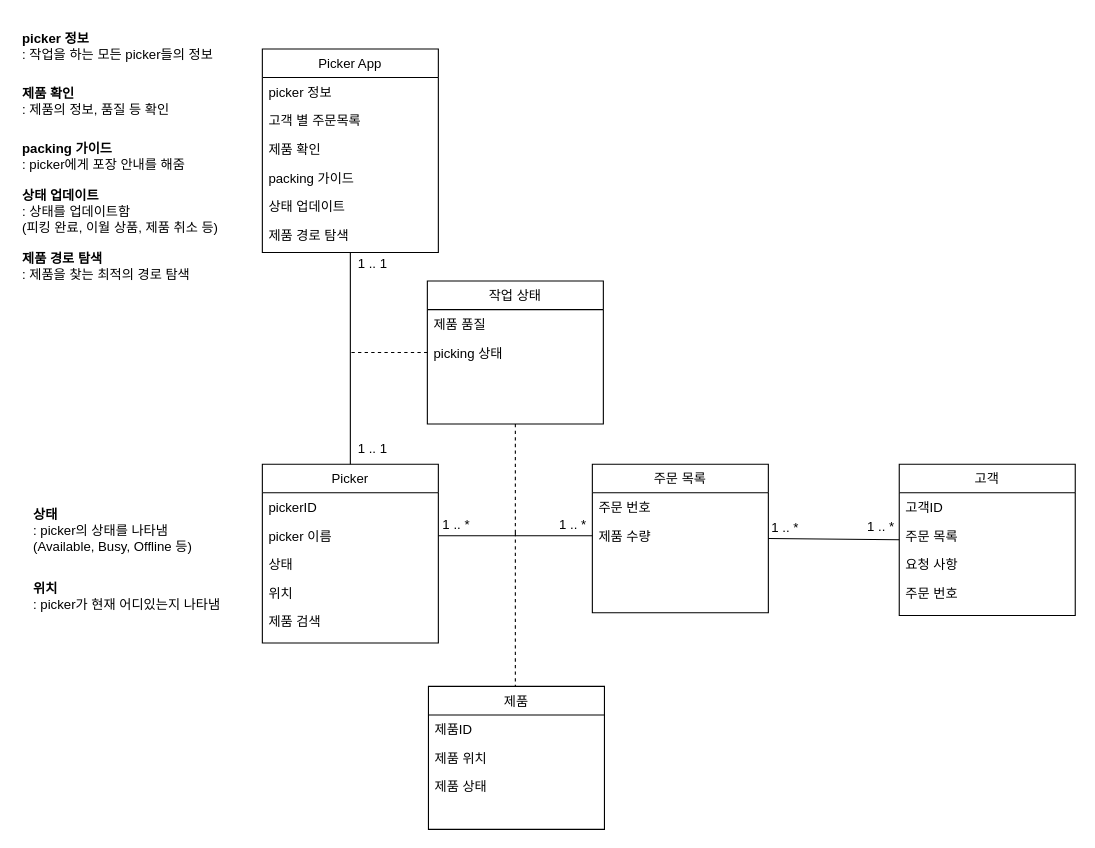
Before: 시분설_6조_class_diagram.drawio in dbsrudrla/diagram, a draw.io diagram. Source tidied: cells renumbered, new cells numbered last; positions are measured from the earlier drawing's top-left corner, leaving out a move shared by most shapes. Both pictures are drawn from the tidied source at 110%, with x=0, y=0 at pixel (20, 19).
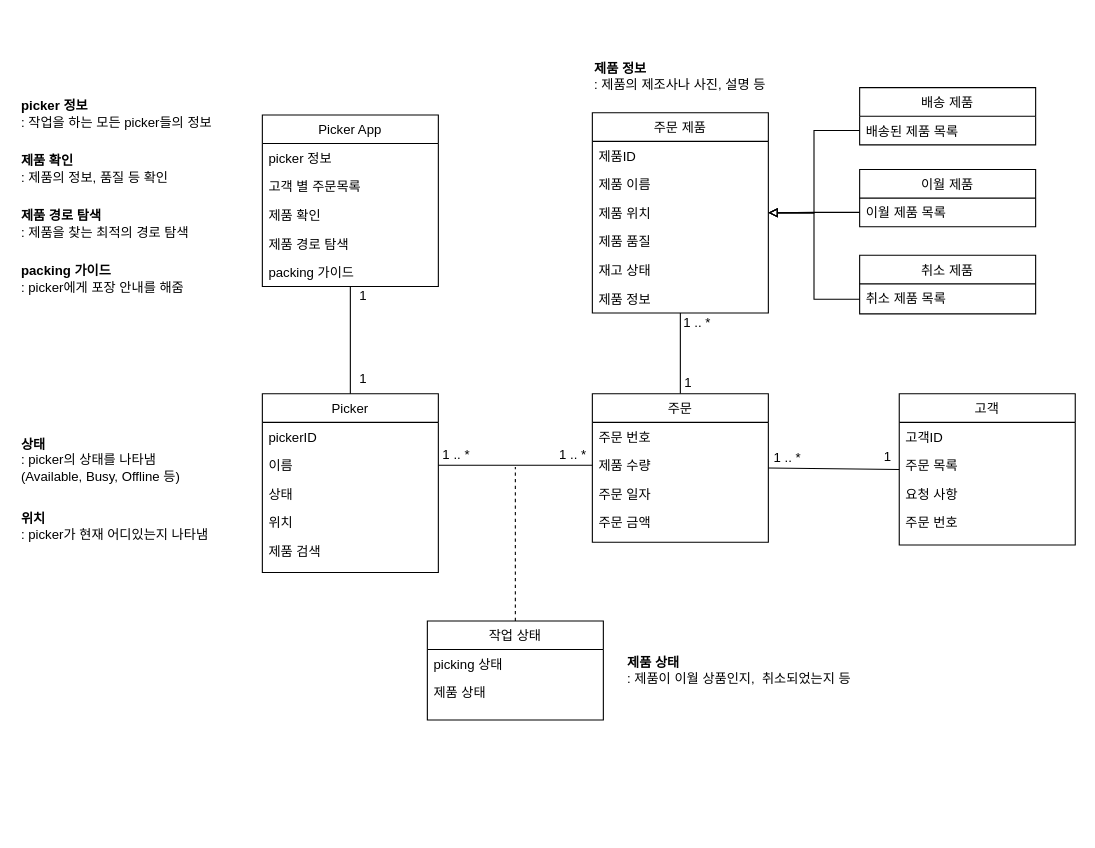
The same diagram, later.

Commit message:
시분설_6조_class_diagram.drawio 업데이트

Change to the diagram source:
```diff
@@
     <mxCell id="2" value="Picker" style="swimlane;fontStyle=0;align=center;verticalAlign=top;horizontal=1;startSize=26;rounded=0;shadow=0;strokeWidth=1;" parent="1" vertex="1">
-      <mxGeometry x="220" y="404.5" width="160" height="162.5" as="geometry" />
+      <mxGeometry x="220" y="340.5" width="160" height="162.5" as="geometry" />
     </mxCell>
@@
-    <mxCell id="4" value="picker 이름" style="text;align=left;verticalAlign=top;spacingLeft=4;spacingRight=4;overflow=hidden;points=[[0,0.5],[1,0.5]];portConstraint=eastwest;" parent="2" vertex="1">
+    <mxCell id="4" value="이름" style="text;align=left;verticalAlign=top;spacingLeft=4;spacingRight=4;overflow=hidden;points=[[0,0.5],[1,0.5]];portConstraint=eastwest;" parent="2" vertex="1">
       <mxGeometry y="52" width="160" height="26" as="geometry" />
     </mxCell>
@@
     <mxCell id="8" value="&lt;b&gt;상태&lt;/b&gt;&amp;nbsp;&lt;br&gt;: picker의 상태를 나타냄&lt;br&gt;(Available, Busy, Offline 등)" style="text;html=1;strokeColor=none;fillColor=none;align=left;verticalAlign=middle;whiteSpace=wrap;rounded=0;" parent="1" vertex="1">
-      <mxGeometry x="10" y="439.5" width="190" height="50" as="geometry" />
+      <mxGeometry x="-1" y="375.5" width="190" height="50" as="geometry" />
     </mxCell>
@@
     <mxCell id="10" value="Picker App" style="swimlane;fontStyle=0;align=center;verticalAlign=top;horizontal=1;startSize=26;rounded=0;shadow=0;strokeWidth=1;" parent="1" vertex="1">
-      <mxGeometry x="220" y="27" width="160" height="185" as="geometry" />
+      <mxGeometry x="220" y="87" width="160" height="156" as="geometry" />
     </mxCell>
@@
+    <mxCell id="16" value="제품 경로 탐색" style="text;align=left;verticalAlign=top;spacingLeft=4;spacingRight=4;overflow=hidden;rounded=0;shadow=0;html=0;" parent="10" vertex="1">
+      <mxGeometry y="104" width="160" height="26" as="geometry" />
+    </mxCell>
     <mxCell id="14" value="packing 가이드" style="text;align=left;verticalAlign=top;spacingLeft=4;spacingRight=4;overflow=hidden;rounded=0;shadow=0;html=0;" parent="10" vertex="1">
-      <mxGeometry y="104" width="160" height="26" as="geometry" />
+      <mxGeometry y="130" width="160" height="26" as="geometry" />
     </mxCell>
-    <mxCell id="15" value="상태 업데이트" style="text;align=left;verticalAlign=top;spacingLeft=4;spacingRight=4;overflow=hidden;rounded=0;shadow=0;html=0;" parent="10" vertex="1">
-      <mxGeometry y="130" width="160" height="26" as="geometry" />
-    </mxCell>
-    <mxCell id="16" value="제품 경로 탐색" style="text;align=left;verticalAlign=top;spacingLeft=4;spacingRight=4;overflow=hidden;rounded=0;shadow=0;html=0;" parent="10" vertex="1">
-      <mxGeometry y="156" width="160" height="26" as="geometry" />
-    </mxCell>
     <mxCell id="17" value="&lt;b&gt;picker 정보&lt;/b&gt;&amp;nbsp;&lt;br&gt;: 작업을 하는 모든 picker들의 정보" style="text;html=1;strokeColor=none;fillColor=none;align=left;verticalAlign=middle;whiteSpace=wrap;rounded=0;" parent="1" vertex="1">
-      <mxGeometry width="201" height="50" as="geometry" />
+      <mxGeometry x="-1" y="61.4" width="201" height="50" as="geometry" />
     </mxCell>
     <mxCell id="18" value="&lt;b&gt;위치&lt;/b&gt;&amp;nbsp;&lt;br&gt;: picker가 현재 어디있는지 나타냄" style="text;html=1;strokeColor=none;fillColor=none;align=left;verticalAlign=middle;whiteSpace=wrap;rounded=0;" parent="1" vertex="1">
-      <mxGeometry x="10" y="499.5" width="190" height="50" as="geometry" />
+      <mxGeometry x="-1" y="435.5" width="190" height="50" as="geometry" />
     </mxCell>
     <mxCell id="19" value="&lt;b&gt;제품 확인&lt;/b&gt;&amp;nbsp;&lt;br&gt;: 제품의 정보, 품질 등 확인" style="text;html=1;strokeColor=none;fillColor=none;align=left;verticalAlign=middle;whiteSpace=wrap;rounded=0;" parent="1" vertex="1">
-      <mxGeometry y="50" width="201" height="50" as="geometry" />
+      <mxGeometry x="-1" y="111.4" width="201" height="50" as="geometry" />
     </mxCell>
     <mxCell id="20" value="&lt;b&gt;packing 가이드&lt;/b&gt;&amp;nbsp;&lt;br&gt;: picker에게 포장 안내를 해줌" style="text;html=1;strokeColor=none;fillColor=none;align=left;verticalAlign=middle;whiteSpace=wrap;rounded=0;" parent="1" vertex="1">
-      <mxGeometry y="100" width="201" height="50" as="geometry" />
+      <mxGeometry x="-1" y="211" width="201" height="50" as="geometry" />
     </mxCell>
-    <mxCell id="21" style="edgeStyle=orthogonalEdgeStyle;rounded=0;orthogonalLoop=1;jettySize=auto;html=1;entryX=0.5;entryY=0;entryDx=0;entryDy=0;endArrow=none;endFill=0;dashed=1;" parent="1" edge="1">
-      <mxGeometry relative="1" as="geometry">
-        <mxPoint x="450" y="467" as="sourcePoint" />
-        <mxPoint x="450" y="606.5" as="targetPoint" />
-      </mxGeometry>
-    </mxCell>
+    <mxCell id="49" style="edgeStyle=orthogonalEdgeStyle;rounded=0;jettySize=auto;html=1;exitX=0.5;exitY=0;exitDx=0;exitDy=0;entryX=0.5;entryY=1;entryDx=0;entryDy=0;endArrow=none;endFill=0;" parent="1" edge="1" source="22" target="42">
+      <mxGeometry relative="1" as="geometry" />
+    </mxCell>
-    <mxCell id="22" value="주문 목록" style="swimlane;fontStyle=0;align=center;verticalAlign=top;horizontal=1;startSize=26;rounded=0;shadow=0;strokeWidth=1;" parent="1" vertex="1">
-      <mxGeometry x="520" y="404.5" width="160" height="135" as="geometry" />
+    <mxCell id="22" value="주문" style="swimlane;fontStyle=0;align=center;verticalAlign=top;horizontal=1;startSize=26;rounded=0;shadow=0;strokeWidth=1;" parent="1" vertex="1">
+      <mxGeometry x="520" y="340.5" width="160" height="135" as="geometry" />
     </mxCell>
@@
-    <mxCell id="25" style="edgeStyle=orthogonalEdgeStyle;rounded=0;jettySize=auto;html=1;exitX=0;exitY=0.5;exitDx=0;exitDy=0;dashed=1;endArrow=none;endFill=0;" parent="1" edge="1" source="27">
-      <mxGeometry relative="1" as="geometry">
-        <mxPoint x="300" y="303" as="targetPoint" />
-      </mxGeometry>
-    </mxCell>
-    <mxCell id="26" style="edgeStyle=orthogonalEdgeStyle;rounded=0;jettySize=auto;html=1;exitX=0.5;exitY=1;exitDx=0;exitDy=0;dashed=1;endArrow=none;endFill=0;" parent="1" edge="1" source="27">
-      <mxGeometry relative="1" as="geometry">
-        <mxPoint x="450" y="467" as="targetPoint" />
-      </mxGeometry>
-    </mxCell>
-    <mxCell id="27" value="작업 상태" style="swimlane;fontStyle=0;align=center;verticalAlign=top;horizontal=1;startSize=26;rounded=0;shadow=0;strokeWidth=1;" parent="1" vertex="1">
-      <mxGeometry x="370" y="238" width="160" height="130" as="geometry" />
-    </mxCell>
-    <mxCell id="28" value="제품 품질" style="text;align=left;verticalAlign=top;spacingLeft=4;spacingRight=4;overflow=hidden;rounded=0;shadow=0;html=0;" parent="27" vertex="1">
-      <mxGeometry y="26" width="160" height="26" as="geometry" />
-    </mxCell>
-    <mxCell id="29" value="picking 상태" style="text;align=left;verticalAlign=top;spacingLeft=4;spacingRight=4;overflow=hidden;rounded=0;shadow=0;html=0;" parent="27" vertex="1">
-      <mxGeometry y="52" width="160" height="26" as="geometry" />
-    </mxCell>
+    <mxCell id="50" value="주문 일자" style="text;align=left;verticalAlign=top;spacingLeft=4;spacingRight=4;overflow=hidden;" parent="22" vertex="1">
+      <mxGeometry y="78" width="160" height="26" as="geometry" />
+    </mxCell>
+    <mxCell id="51" value="주문 금액" style="text;align=left;verticalAlign=top;spacingLeft=4;spacingRight=4;overflow=hidden;" parent="22" vertex="1">
+      <mxGeometry y="104" width="160" height="26" as="geometry" />
+    </mxCell>
     <mxCell id="30" value="고객" style="swimlane;fontStyle=0;align=center;verticalAlign=top;horizontal=1;startSize=26;rounded=0;shadow=0;strokeWidth=1;" parent="1" vertex="1">
-      <mxGeometry x="799" y="404.5" width="160" height="137.5" as="geometry" />
+      <mxGeometry x="799" y="340.5" width="160" height="137.5" as="geometry" />
     </mxCell>
@@
-    <mxCell id="35" value="&lt;b&gt;상태 업데이트&lt;/b&gt;&lt;br&gt;: 상태를 업데이트함 &lt;br&gt;(피킹 완료, 이월 상품, 제품 취소 등)" style="text;html=1;strokeColor=none;fillColor=none;align=left;verticalAlign=middle;whiteSpace=wrap;rounded=0;" parent="1" vertex="1">
-      <mxGeometry y="150" width="201" height="50" as="geometry" />
+    <mxCell id="35" value="&lt;b&gt;제품 상태&lt;br&gt;&lt;/b&gt;: 제품이 이월 상품인지,&amp;nbsp; 취소되었는지 등" style="text;html=1;strokeColor=none;fillColor=none;align=left;verticalAlign=middle;whiteSpace=wrap;rounded=0;" parent="1" vertex="1">
+      <mxGeometry x="550" y="567" width="240" height="50" as="geometry" />
     </mxCell>
@@
     <mxCell id="37" value="1 .. *" style="text;html=1;align=center;verticalAlign=middle;strokeColor=none;fillColor=none;" parent="1" vertex="1">
-      <mxGeometry x="670" y="447.5" width="50" height="30" as="geometry" />
+      <mxGeometry x="672" y="383.5" width="50" height="30" as="geometry" />
     </mxCell>
-    <mxCell id="38" value="1 .. *" style="text;html=1;align=center;verticalAlign=middle;strokeColor=none;fillColor=none;" parent="1" vertex="1">
-      <mxGeometry x="757" y="446.5" width="50" height="30" as="geometry" />
+    <mxCell id="38" value="1&amp;nbsp;" style="text;html=1;align=center;verticalAlign=middle;strokeColor=none;fillColor=none;" parent="1" vertex="1">
+      <mxGeometry x="775" y="382.5" width="30" height="30" as="geometry" />
     </mxCell>
     <mxCell id="39" style="edgeStyle=orthogonalEdgeStyle;rounded=0;jettySize=auto;html=1;exitX=1;exitY=0.5;exitDx=0;exitDy=0;entryX=0;entryY=0.5;entryDx=0;entryDy=0;endArrow=none;endFill=0;" parent="1" edge="1" source="4">
       <mxGeometry relative="1" as="geometry">
-        <mxPoint x="520" y="469.5" as="targetPoint" />
+        <mxPoint x="520" y="405.5" as="targetPoint" />
       </mxGeometry>
     </mxCell>
     <mxCell id="40" value="1 .. *" style="text;html=1;align=center;verticalAlign=middle;strokeColor=none;fillColor=none;" parent="1" vertex="1">
-      <mxGeometry x="371" y="445" width="50" height="30" as="geometry" />
+      <mxGeometry x="371" y="381" width="50" height="30" as="geometry" />
     </mxCell>
     <mxCell id="41" value="1 .. *" style="text;html=1;align=center;verticalAlign=middle;strokeColor=none;fillColor=none;" parent="1" vertex="1">
-      <mxGeometry x="477" y="445" width="50" height="30" as="geometry" />
+      <mxGeometry x="477" y="381" width="50" height="30" as="geometry" />
     </mxCell>
-    <mxCell id="42" value="제품" style="swimlane;fontStyle=0;align=center;verticalAlign=top;horizontal=1;startSize=26;rounded=0;shadow=0;strokeWidth=1;" parent="1" vertex="1">
-      <mxGeometry x="371" y="606.5" width="160" height="130" as="geometry" />
+    <mxCell id="42" value="주문 제품" style="swimlane;fontStyle=0;align=center;verticalAlign=top;horizontal=1;startSize=26;rounded=0;shadow=0;strokeWidth=1;" parent="1" vertex="1">
+      <mxGeometry x="520" y="85" width="160" height="182" as="geometry" />
     </mxCell>
@@
+    <mxCell id="52" value="제품 이름" style="text;align=left;verticalAlign=top;spacingLeft=4;spacingRight=4;overflow=hidden;rounded=0;shadow=0;html=0;" parent="42" vertex="1">
+      <mxGeometry y="52" width="160" height="26" as="geometry" />
+    </mxCell>
     <mxCell id="44" value="제품 위치" style="text;align=left;verticalAlign=top;spacingLeft=4;spacingRight=4;overflow=hidden;points=[[0,0.5],[1,0.5]];portConstraint=eastwest;rounded=0;shadow=0;html=0;" parent="42" vertex="1">
-      <mxGeometry y="52" width="160" height="26" as="geometry" />
+      <mxGeometry y="78" width="160" height="26" as="geometry" />
     </mxCell>
-    <mxCell id="45" value="제품 상태" style="text;align=left;verticalAlign=top;spacingLeft=4;spacingRight=4;overflow=hidden;rounded=0;shadow=0;html=0;" parent="42" vertex="1">
-      <mxGeometry y="78" width="160" height="26" as="geometry" />
+    <mxCell id="45" value="제품 품질" style="text;align=left;verticalAlign=top;spacingLeft=4;spacingRight=4;overflow=hidden;rounded=0;shadow=0;html=0;" parent="42" vertex="1">
+      <mxGeometry y="104" width="160" height="26" as="geometry" />
     </mxCell>
+    <mxCell id="53" value="재고 상태" style="text;align=left;verticalAlign=top;spacingLeft=4;spacingRight=4;overflow=hidden;rounded=0;shadow=0;html=0;" parent="42" vertex="1">
+      <mxGeometry y="130" width="160" height="26" as="geometry" />
+    </mxCell>
+    <mxCell id="54" value="제품 정보" style="text;align=left;verticalAlign=top;spacingLeft=4;spacingRight=4;overflow=hidden;rounded=0;shadow=0;html=0;" parent="42" vertex="1">
+      <mxGeometry y="156" width="160" height="26" as="geometry" />
+    </mxCell>
-    <mxCell id="46" value="1 .. 1" style="text;html=1;align=center;verticalAlign=middle;strokeColor=none;fillColor=none;" parent="1" vertex="1">
-      <mxGeometry x="295" y="208" width="50" height="30" as="geometry" />
+    <mxCell id="46" value="1&amp;nbsp;" style="text;html=1;align=center;verticalAlign=middle;strokeColor=none;fillColor=none;" parent="1" vertex="1">
+      <mxGeometry x="298" y="237" width="30" height="30" as="geometry" />
     </mxCell>
-    <mxCell id="47" value="1 .. 1" style="text;html=1;align=center;verticalAlign=middle;strokeColor=none;fillColor=none;" parent="1" vertex="1">
-      <mxGeometry x="295" y="376" width="50" height="30" as="geometry" />
+    <mxCell id="47" value="1&amp;nbsp;" style="text;html=1;align=center;verticalAlign=middle;strokeColor=none;fillColor=none;" parent="1" vertex="1">
+      <mxGeometry x="298" y="312" width="30" height="30" as="geometry" />
     </mxCell>
     <mxCell id="48" value="&lt;b&gt;제품 경로 탐색&lt;/b&gt;&lt;br&gt;: 제품을 찾는 최적의 경로 탐색" style="text;html=1;strokeColor=none;fillColor=none;align=left;verticalAlign=middle;whiteSpace=wrap;rounded=0;" parent="1" vertex="1">
-      <mxGeometry y="200" width="201" height="50" as="geometry" />
+      <mxGeometry x="-1" y="161" width="201" height="50" as="geometry" />
     </mxCell>
+    <mxCell id="55" style="edgeStyle=orthogonalEdgeStyle;rounded=0;jettySize=auto;html=1;exitX=0;exitY=0.5;exitDx=0;exitDy=0;entryX=1;entryY=0.5;entryDx=0;entryDy=0;endArrow=block;endFill=0;" parent="1" edge="1" source="57" target="44">
+      <mxGeometry relative="1" as="geometry" />
+    </mxCell>
+    <mxCell id="56" value="이월 제품" style="swimlane;fontStyle=0;align=center;verticalAlign=top;horizontal=1;startSize=26;rounded=0;shadow=0;strokeWidth=1;" parent="1" vertex="1">
+      <mxGeometry x="763" y="136.6" width="160" height="52" as="geometry" />
+    </mxCell>
+    <mxCell id="57" value="이월 제품 목록" style="text;align=left;verticalAlign=top;spacingLeft=4;spacingRight=4;overflow=hidden;points=[[0,0.5],[1,0.5]];portConstraint=eastwest;rounded=0;shadow=0;html=0;" parent="56" vertex="1">
+      <mxGeometry y="26" width="160" height="26" as="geometry" />
+    </mxCell>
+    <mxCell id="58" style="edgeStyle=orthogonalEdgeStyle;rounded=0;jettySize=auto;html=1;exitX=0;exitY=0.75;exitDx=0;exitDy=0;entryX=1;entryY=0.5;entryDx=0;entryDy=0;startArrow=none;startFill=0;endArrow=block;endFill=0;" parent="1" edge="1" source="59" target="44">
+      <mxGeometry relative="1" as="geometry" />
+    </mxCell>
+    <mxCell id="59" value="취소 제품" style="swimlane;fontStyle=0;align=center;verticalAlign=top;horizontal=1;startSize=26;rounded=0;shadow=0;strokeWidth=1;" parent="1" vertex="1">
+      <mxGeometry x="763" y="214.6" width="160" height="53.2" as="geometry" />
+    </mxCell>
+    <mxCell id="60" value="취소 제품 목록" style="text;align=left;verticalAlign=top;spacingLeft=4;spacingRight=4;overflow=hidden;rounded=0;shadow=0;html=0;" parent="59" vertex="1">
+      <mxGeometry y="26" width="160" height="26" as="geometry" />
+    </mxCell>
+    <mxCell id="61" value="&lt;b&gt;제품 정보&lt;/b&gt;&amp;nbsp;&lt;br&gt;: 제품의 제조사나 사진, 설명 등" style="text;html=1;strokeColor=none;fillColor=none;align=left;verticalAlign=middle;whiteSpace=wrap;rounded=0;" parent="1" vertex="1">
+      <mxGeometry x="520" y="27" width="201" height="50" as="geometry" />
+    </mxCell>
+    <mxCell id="62" value="1" style="text;html=1;align=center;verticalAlign=middle;strokeColor=none;fillColor=none;" parent="1" vertex="1">
+      <mxGeometry x="592" y="316" width="30" height="30" as="geometry" />
+    </mxCell>
+    <mxCell id="63" value="&amp;nbsp;1 .. *&amp;nbsp;" style="text;html=1;align=center;verticalAlign=middle;strokeColor=none;fillColor=none;" parent="1" vertex="1">
+      <mxGeometry x="590" y="261" width="50" height="30" as="geometry" />
+    </mxCell>
+    <mxCell id="64" style="edgeStyle=orthogonalEdgeStyle;rounded=0;jettySize=auto;html=1;exitX=0.5;exitY=0;exitDx=0;exitDy=0;dashed=1;endArrow=none;endFill=0;" parent="1" edge="1" source="27">
+      <mxGeometry relative="1" as="geometry">
+        <mxPoint x="450" y="407" as="targetPoint" />
+      </mxGeometry>
+    </mxCell>
+    <mxCell id="27" value="작업 상태" style="swimlane;fontStyle=0;align=center;verticalAlign=top;horizontal=1;startSize=26;rounded=0;shadow=0;strokeWidth=1;" parent="1" vertex="1">
+      <mxGeometry x="370" y="547" width="160" height="90" as="geometry" />
+    </mxCell>
+    <mxCell id="29" value="picking 상태" style="text;align=left;verticalAlign=top;spacingLeft=4;spacingRight=4;overflow=hidden;rounded=0;shadow=0;html=0;" parent="27" vertex="1">
+      <mxGeometry y="26" width="160" height="26" as="geometry" />
+    </mxCell>
+    <mxCell id="65" value="제품 상태" style="text;align=left;verticalAlign=top;spacingLeft=4;spacingRight=4;overflow=hidden;rounded=0;shadow=0;html=0;" parent="27" vertex="1">
+      <mxGeometry y="52" width="160" height="26" as="geometry" />
+    </mxCell>
+    <mxCell id="66" value="배송 제품" style="swimlane;fontStyle=0;align=center;verticalAlign=top;horizontal=1;startSize=26;rounded=0;shadow=0;strokeWidth=1;" parent="1" vertex="1">
+      <mxGeometry x="763" y="62.2" width="160" height="52" as="geometry" />
+    </mxCell>
+    <mxCell id="67" value="배송된 제품 목록" style="text;align=left;verticalAlign=top;spacingLeft=4;spacingRight=4;overflow=hidden;points=[[0,0.5],[1,0.5]];portConstraint=eastwest;rounded=0;shadow=0;html=0;" parent="66" vertex="1">
+      <mxGeometry y="26" width="160" height="26" as="geometry" />
+    </mxCell>
+    <mxCell id="68" style="edgeStyle=orthogonalEdgeStyle;rounded=0;jettySize=auto;html=1;exitX=0;exitY=0.5;exitDx=0;exitDy=0;entryX=1;entryY=0.5;entryDx=0;entryDy=0;endArrow=block;endFill=0;" parent="1" edge="1" source="67" target="44">
+      <mxGeometry relative="1" as="geometry" />
+    </mxCell>
```
